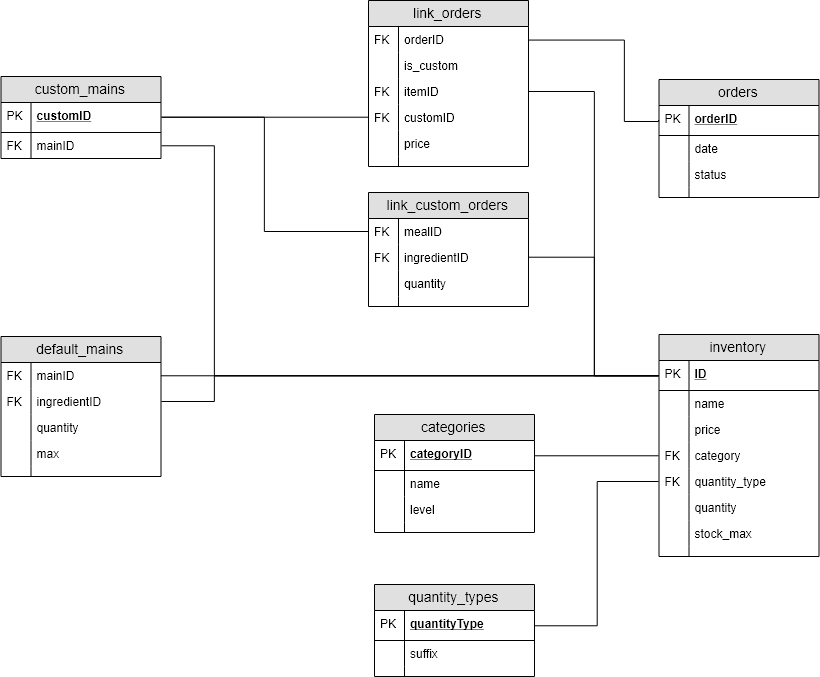
The draw.io diagram docs/database schema_2.png in featherbear/UNSW-COMP1531-Assignment, before a commit. Source tidied: cells renumbered, new cells last; positions are measured from the earlier drawing's top-left corner, leaving out a move shared by most shapes.
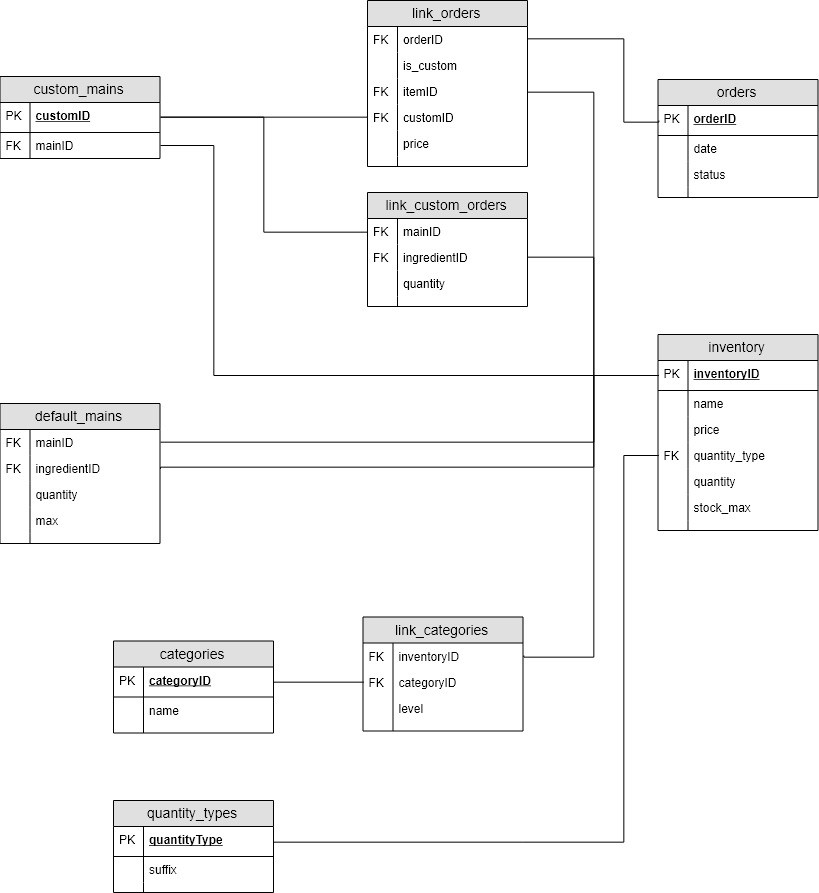
The same file after the commit.

Commit message:
Improve on database schema

Diff of the diagram source:
```diff
@@ -5,7 +5,7 @@
     <mxCell id="2" value="link_custom_orders" style="swimlane;fontStyle=0;horizontal=1;startSize=26;fillColor=#e0e0e0;swimlaneFillColor=#ffffff;align=center;fontSize=14;" parent="1" vertex="1">
       <mxGeometry x="368" y="192" width="160" height="114" as="geometry" />
     </mxCell>
-    <mxCell id="3" value="mealID" style="shape=partialRectangle;top=0;left=0;right=0;bottom=0;align=left;verticalAlign=top;fillColor=none;spacingLeft=34;spacingRight=4;overflow=hidden;points=[[0,0.5],[1,0.5]];portConstraint=eastwest;fontSize=12;" parent="2" vertex="1">
+    <mxCell id="3" value="mainID" style="shape=partialRectangle;top=0;left=0;right=0;bottom=0;align=left;verticalAlign=top;fillColor=none;spacingLeft=34;spacingRight=4;overflow=hidden;points=[[0,0.5],[1,0.5]];portConstraint=eastwest;fontSize=12;" parent="2" vertex="1">
       <mxGeometry y="26" width="160" height="26" as="geometry" />
     </mxCell>
     <mxCell id="4" value="FK" style="shape=partialRectangle;top=0;left=0;bottom=0;fillColor=none;align=left;verticalAlign=top;spacingLeft=4;spacingRight=4;overflow=hidden;fontSize=12;" parent="3" vertex="1">
@@ -45,7 +45,7 @@
       <mxGeometry width="30" height="26" as="geometry" />
     </mxCell>
     <mxCell id="16" value="default_mains" style="swimlane;fontStyle=0;horizontal=1;startSize=26;fillColor=#e0e0e0;swimlaneFillColor=#ffffff;align=center;fontSize=14;" parent="1" vertex="1">
-      <mxGeometry x="0.5" y="336" width="160" height="140" as="geometry" />
+      <mxGeometry x="0.5" y="403" width="160" height="140" as="geometry" />
     </mxCell>
     <mxCell id="17" value="mainID" style="shape=partialRectangle;top=0;left=0;right=0;bottom=0;align=left;verticalAlign=top;fillColor=none;spacingLeft=34;spacingRight=4;overflow=hidden;points=[[0,0.5],[1,0.5]];portConstraint=eastwest;fontSize=12;" parent="16" vertex="1">
       <mxGeometry y="26" width="160" height="26" as="geometry" />
@@ -78,9 +78,9 @@
       <mxGeometry width="30" height="10" as="geometry" />
     </mxCell>
     <mxCell id="27" value="inventory" style="swimlane;fontStyle=0;horizontal=1;startSize=26;fillColor=#e0e0e0;swimlaneFillColor=#ffffff;align=center;fontSize=14;" parent="1" vertex="1">
-      <mxGeometry x="658.5" y="334" width="160" height="222" as="geometry" />
+      <mxGeometry x="658.5" y="334" width="160" height="196" as="geometry" />
     </mxCell>
-    <mxCell id="28" value="ID" style="shape=partialRectangle;top=0;left=0;right=0;bottom=1;align=left;verticalAlign=middle;fillColor=none;spacingLeft=34;spacingRight=4;overflow=hidden;points=[[0,0.5],[1,0.5]];portConstraint=eastwest;fontStyle=5;fontSize=12;" parent="27" vertex="1">
+    <mxCell id="28" value="inventoryID" style="shape=partialRectangle;top=0;left=0;right=0;bottom=1;align=left;verticalAlign=middle;fillColor=none;spacingLeft=34;spacingRight=4;overflow=hidden;points=[[0,0.5],[1,0.5]];portConstraint=eastwest;fontStyle=5;fontSize=12;" parent="27" vertex="1">
       <mxGeometry y="26" width="160" height="30" as="geometry" />
     </mxCell>
     <mxCell id="29" value="PK" style="shape=partialRectangle;top=0;left=0;bottom=0;fillColor=none;align=left;verticalAlign=middle;spacingLeft=4;spacingRight=4;overflow=hidden;fontSize=12;" parent="28" vertex="1">
@@ -98,32 +98,26 @@
     <mxCell id="33" style="shape=partialRectangle;top=0;left=0;bottom=0;fillColor=none;align=left;verticalAlign=top;spacingLeft=4;spacingRight=4;overflow=hidden;fontSize=12;" parent="32" vertex="1">
       <mxGeometry width="30" height="26" as="geometry" />
     </mxCell>
-    <mxCell id="34" value="category" style="shape=partialRectangle;top=0;left=0;right=0;bottom=0;align=left;verticalAlign=top;fillColor=none;spacingLeft=34;spacingRight=4;overflow=hidden;points=[[0,0.5],[1,0.5]];portConstraint=eastwest;fontSize=12;" parent="27" vertex="1">
-      <mxGeometry y="108" width="160" height="26" as="geometry" />
-    </mxCell>
-    <mxCell id="35" value="FK" style="shape=partialRectangle;top=0;left=0;bottom=0;fillColor=none;align=left;verticalAlign=top;spacingLeft=4;spacingRight=4;overflow=hidden;fontSize=12;" parent="34" vertex="1">
-      <mxGeometry width="30" height="26" as="geometry" />
-    </mxCell>
     <mxCell id="36" value="quantity_type" style="shape=partialRectangle;top=0;left=0;right=0;bottom=0;align=left;verticalAlign=top;fillColor=none;spacingLeft=34;spacingRight=4;overflow=hidden;points=[[0,0.5],[1,0.5]];portConstraint=eastwest;fontSize=12;" parent="27" vertex="1">
-      <mxGeometry y="134" width="160" height="26" as="geometry" />
+      <mxGeometry y="108" width="160" height="26" as="geometry" />
     </mxCell>
     <mxCell id="37" value="FK" style="shape=partialRectangle;top=0;left=0;bottom=0;fillColor=none;align=left;verticalAlign=top;spacingLeft=4;spacingRight=4;overflow=hidden;fontSize=12;" parent="36" vertex="1">
       <mxGeometry width="30" height="26" as="geometry" />
     </mxCell>
     <mxCell id="38" value="quantity" style="shape=partialRectangle;top=0;left=0;right=0;bottom=0;align=left;verticalAlign=top;fillColor=none;spacingLeft=34;spacingRight=4;overflow=hidden;fontSize=12;" parent="27" vertex="1">
-      <mxGeometry y="160" width="160" height="26" as="geometry" />
+      <mxGeometry y="134" width="160" height="26" as="geometry" />
     </mxCell>
     <mxCell id="39" style="shape=partialRectangle;top=0;left=0;bottom=0;fillColor=none;align=left;verticalAlign=top;spacingLeft=4;spacingRight=4;overflow=hidden;fontSize=12;" parent="38" vertex="1">
       <mxGeometry width="30" height="26" as="geometry" />
     </mxCell>
     <mxCell id="40" value="stock_max" style="shape=partialRectangle;top=0;left=0;right=0;bottom=0;align=left;verticalAlign=top;fillColor=none;spacingLeft=34;spacingRight=4;overflow=hidden;fontSize=12;" parent="27" vertex="1">
-      <mxGeometry y="186" width="160" height="26" as="geometry" />
+      <mxGeometry y="160" width="160" height="26" as="geometry" />
     </mxCell>
     <mxCell id="41" style="shape=partialRectangle;top=0;left=0;bottom=0;fillColor=none;align=left;verticalAlign=top;spacingLeft=4;spacingRight=4;overflow=hidden;fontSize=12;" parent="40" vertex="1">
       <mxGeometry width="30" height="26" as="geometry" />
     </mxCell>
     <mxCell id="42" style="shape=partialRectangle;top=0;left=0;right=0;bottom=0;align=left;verticalAlign=top;fillColor=none;spacingLeft=34;spacingRight=4;overflow=hidden;fontSize=12;" parent="27" vertex="1">
-      <mxGeometry y="212" width="160" height="10" as="geometry" />
+      <mxGeometry y="186" width="160" height="10" as="geometry" />
     </mxCell>
     <mxCell id="43" style="shape=partialRectangle;top=0;left=0;bottom=0;fillColor=none;align=left;verticalAlign=top;spacingLeft=4;spacingRight=4;overflow=hidden;fontSize=12;" parent="42" vertex="1">
       <mxGeometry width="30" height="10" as="geometry" />
@@ -168,7 +162,7 @@
       <mxGeometry width="30" height="10" as="geometry" />
     </mxCell>
     <mxCell id="57" value="categories" style="swimlane;fontStyle=0;horizontal=1;startSize=26;fillColor=#e0e0e0;swimlaneFillColor=#ffffff;align=center;fontSize=14;" parent="1" vertex="1">
-      <mxGeometry x="374" y="414" width="160" height="118" as="geometry" />
+      <mxGeometry x="114" y="640.5" width="160" height="92" as="geometry" />
     </mxCell>
     <mxCell id="58" value="categoryID" style="shape=partialRectangle;top=0;left=0;right=0;bottom=1;align=left;verticalAlign=middle;fillColor=none;spacingLeft=34;spacingRight=4;overflow=hidden;points=[[0,0.5],[1,0.5]];portConstraint=eastwest;fontStyle=5;fontSize=12;" parent="57" vertex="1">
       <mxGeometry y="26" width="160" height="30" as="geometry" />
@@ -182,14 +176,8 @@
     <mxCell id="61" style="shape=partialRectangle;top=0;left=0;bottom=0;fillColor=none;align=left;verticalAlign=top;spacingLeft=4;spacingRight=4;overflow=hidden;fontSize=12;" parent="60" vertex="1">
       <mxGeometry width="30" height="26" as="geometry" />
     </mxCell>
-    <mxCell id="62" value="level" style="shape=partialRectangle;top=0;left=0;right=0;bottom=0;align=left;verticalAlign=top;fillColor=none;spacingLeft=34;spacingRight=4;overflow=hidden;fontSize=12;" parent="57" vertex="1">
-      <mxGeometry y="82" width="160" height="26" as="geometry" />
-    </mxCell>
-    <mxCell id="63" style="shape=partialRectangle;top=0;left=0;bottom=0;fillColor=none;align=left;verticalAlign=top;spacingLeft=4;spacingRight=4;overflow=hidden;fontSize=12;" parent="62" vertex="1">
-      <mxGeometry width="30" height="26" as="geometry" />
-    </mxCell>
     <mxCell id="64" style="shape=partialRectangle;top=0;left=0;right=0;bottom=0;align=left;verticalAlign=top;fillColor=none;spacingLeft=34;spacingRight=4;overflow=hidden;fontSize=12;" parent="57" vertex="1">
-      <mxGeometry y="108" width="160" height="10" as="geometry" />
+      <mxGeometry y="82" width="160" height="10" as="geometry" />
     </mxCell>
     <mxCell id="65" style="shape=partialRectangle;top=0;left=0;bottom=0;fillColor=none;align=left;verticalAlign=top;spacingLeft=4;spacingRight=4;overflow=hidden;fontSize=12;" parent="64" vertex="1">
       <mxGeometry width="30" height="10" as="geometry" />
@@ -243,17 +231,6 @@
     <mxCell id="78" style="edgeStyle=orthogonalEdgeStyle;rounded=0;jettySize=auto;html=1;exitX=1;exitY=0.5;exitDx=0;exitDy=0;entryX=0;entryY=0.5;entryDx=0;entryDy=0;endArrow=none;endFill=0;" parent="1" edge="1" source="12" target="3">
       <mxGeometry relative="1" as="geometry" />
     </mxCell>
-    <mxCell id="79" style="edgeStyle=orthogonalEdgeStyle;rounded=0;jettySize=auto;html=1;entryX=0;entryY=0.5;entryDx=0;entryDy=0;endArrow=none;endFill=0;" parent="1" edge="1" source="17" target="28">
-      <mxGeometry relative="1" as="geometry" />
-    </mxCell>
-    <mxCell id="80" style="edgeStyle=orthogonalEdgeStyle;rounded=0;jettySize=auto;html=1;exitX=1;exitY=0.5;exitDx=0;exitDy=0;entryX=0;entryY=0.5;entryDx=0;entryDy=0;endArrow=none;endFill=0;" parent="1" edge="1" source="14" target="28">
-      <mxGeometry relative="1" as="geometry">
-        <Array as="points">
-          <mxPoint x="214" y="145" />
-          <mxPoint x="214" y="375" />
-        </Array>
-      </mxGeometry>
-    </mxCell>
     <mxCell id="81" style="edgeStyle=orthogonalEdgeStyle;rounded=0;jettySize=auto;html=1;exitX=1;exitY=0.5;exitDx=0;exitDy=0;entryX=0;entryY=0.5;entryDx=0;entryDy=0;endArrow=none;endFill=0;" parent="1" edge="1" source="49" target="28">
       <mxGeometry relative="1" as="geometry">
         <Array as="points">
@@ -262,16 +239,8 @@
         </Array>
       </mxGeometry>
     </mxCell>
-    <mxCell id="82" style="edgeStyle=orthogonalEdgeStyle;rounded=0;jettySize=auto;html=1;exitX=1;exitY=0.5;exitDx=0;exitDy=0;entryX=0;entryY=0.5;entryDx=0;entryDy=0;endArrow=none;endFill=0;" parent="1" edge="1" source="19" target="28">
-      <mxGeometry relative="1" as="geometry">
-        <Array as="points">
-          <mxPoint x="214" y="401" />
-          <mxPoint x="214" y="375" />
-        </Array>
-      </mxGeometry>
-    </mxCell>
     <mxCell id="83" value="quantity_types" style="swimlane;fontStyle=0;horizontal=1;startSize=26;fillColor=#e0e0e0;swimlaneFillColor=#ffffff;align=center;fontSize=14;" parent="1" vertex="1">
-      <mxGeometry x="374" y="584" width="160" height="92" as="geometry" />
+      <mxGeometry x="114" y="800" width="160" height="92" as="geometry" />
     </mxCell>
     <mxCell id="84" value="quantityType" style="shape=partialRectangle;top=0;left=0;right=0;bottom=1;align=left;verticalAlign=middle;fillColor=none;spacingLeft=34;spacingRight=4;overflow=hidden;points=[[0,0.5],[1,0.5]];portConstraint=eastwest;fontStyle=5;fontSize=12;" parent="83" vertex="1">
       <mxGeometry y="26" width="160" height="30" as="geometry" />
@@ -291,11 +260,76 @@
     <mxCell id="89" style="shape=partialRectangle;top=0;left=0;bottom=0;fillColor=none;align=left;verticalAlign=top;spacingLeft=4;spacingRight=4;overflow=hidden;fontSize=12;" parent="88" vertex="1">
       <mxGeometry width="30" height="10" as="geometry" />
     </mxCell>
-    <mxCell id="90" style="edgeStyle=orthogonalEdgeStyle;rounded=0;jettySize=auto;html=1;exitX=0;exitY=0.5;exitDx=0;exitDy=0;entryX=1;entryY=0.5;entryDx=0;entryDy=0;endArrow=none;endFill=0;" parent="1" edge="1" source="34" target="58">
-      <mxGeometry relative="1" as="geometry" />
-    </mxCell>
     <mxCell id="91" style="edgeStyle=orthogonalEdgeStyle;rounded=0;jettySize=auto;html=1;exitX=1;exitY=0.5;exitDx=0;exitDy=0;entryX=0;entryY=0.5;entryDx=0;entryDy=0;endArrow=none;endFill=0;" parent="1" edge="1" source="84" target="36">
-      <mxGeometry relative="1" as="geometry" />
+      <mxGeometry relative="1" as="geometry">
+        <Array as="points">
+          <mxPoint x="523" y="842" />
+          <mxPoint x="624" y="842" />
+          <mxPoint x="624" y="455" />
+        </Array>
+      </mxGeometry>
     </mxCell>
+    <mxCell id="92" value="link_categories" style="swimlane;fontStyle=0;horizontal=1;startSize=26;fillColor=#e0e0e0;swimlaneFillColor=#ffffff;align=center;fontSize=14;" parent="1" vertex="1">
+      <mxGeometry x="363.5" y="616.5" width="160" height="114" as="geometry" />
+    </mxCell>
+    <mxCell id="93" value="inventoryID" style="shape=partialRectangle;top=0;left=0;right=0;bottom=0;align=left;verticalAlign=top;fillColor=none;spacingLeft=34;spacingRight=4;overflow=hidden;points=[[0,0.5],[1,0.5]];portConstraint=eastwest;fontSize=12;" parent="92" vertex="1">
+      <mxGeometry y="26" width="160" height="26" as="geometry" />
+    </mxCell>
+    <mxCell id="94" value="FK" style="shape=partialRectangle;top=0;left=0;bottom=0;fillColor=none;align=left;verticalAlign=top;spacingLeft=4;spacingRight=4;overflow=hidden;fontSize=12;" parent="93" vertex="1">
+      <mxGeometry width="30" height="26" as="geometry" />
+    </mxCell>
+    <mxCell id="95" value="categoryID" style="shape=partialRectangle;top=0;left=0;right=0;bottom=0;align=left;verticalAlign=top;fillColor=none;spacingLeft=34;spacingRight=4;overflow=hidden;points=[[0,0.5],[1,0.5]];portConstraint=eastwest;fontSize=12;" parent="92" vertex="1">
+      <mxGeometry y="52" width="160" height="26" as="geometry" />
+    </mxCell>
+    <mxCell id="96" value="FK" style="shape=partialRectangle;top=0;left=0;bottom=0;fillColor=none;align=left;verticalAlign=top;spacingLeft=4;spacingRight=4;overflow=hidden;fontSize=12;" parent="95" vertex="1">
+      <mxGeometry width="30" height="26" as="geometry" />
+    </mxCell>
+    <mxCell id="62" value="level" style="shape=partialRectangle;top=0;left=0;right=0;bottom=0;align=left;verticalAlign=top;fillColor=none;spacingLeft=34;spacingRight=4;overflow=hidden;fontSize=12;" parent="92" vertex="1">
+      <mxGeometry y="78" width="160" height="26" as="geometry" />
+    </mxCell>
+    <mxCell id="63" style="shape=partialRectangle;top=0;left=0;bottom=0;fillColor=none;align=left;verticalAlign=top;spacingLeft=4;spacingRight=4;overflow=hidden;fontSize=12;" parent="62" vertex="1">
+      <mxGeometry width="30" height="26" as="geometry" />
+    </mxCell>
+    <mxCell id="97" style="shape=partialRectangle;top=0;left=0;right=0;bottom=0;align=left;verticalAlign=top;fillColor=none;spacingLeft=34;spacingRight=4;overflow=hidden;fontSize=12;" parent="92" vertex="1">
+      <mxGeometry y="104" width="160" height="10" as="geometry" />
+    </mxCell>
+    <mxCell id="98" style="shape=partialRectangle;top=0;left=0;bottom=0;fillColor=none;align=left;verticalAlign=top;spacingLeft=4;spacingRight=4;overflow=hidden;fontSize=12;" parent="97" vertex="1">
+      <mxGeometry width="30" height="10" as="geometry" />
+    </mxCell>
+    <mxCell id="79" style="edgeStyle=orthogonalEdgeStyle;rounded=0;jettySize=auto;html=1;exitX=1;exitY=0.5;exitDx=0;exitDy=0;entryX=0;entryY=0.5;entryDx=0;entryDy=0;endArrow=none;endFill=0;" parent="1" edge="1" source="17" target="28">
+      <mxGeometry relative="1" as="geometry">
+        <Array as="points">
+          <mxPoint x="594" y="441" />
+          <mxPoint x="594" y="375" />
+        </Array>
+      </mxGeometry>
+    </mxCell>
+    <mxCell id="82" style="edgeStyle=orthogonalEdgeStyle;rounded=0;jettySize=auto;html=1;exitX=1;exitY=0.5;exitDx=0;exitDy=0;entryX=0;entryY=0.5;entryDx=0;entryDy=0;endArrow=none;endFill=0;" parent="1" edge="1" source="19" target="28">
+      <mxGeometry relative="1" as="geometry">
+        <Array as="points">
+          <mxPoint x="594" y="466" />
+          <mxPoint x="594" y="375" />
+        </Array>
+      </mxGeometry>
+    </mxCell>
+    <mxCell id="80" style="edgeStyle=orthogonalEdgeStyle;rounded=0;jettySize=auto;html=1;exitX=1;exitY=0.5;exitDx=0;exitDy=0;entryX=0;entryY=0.5;entryDx=0;entryDy=0;endArrow=none;endFill=0;" parent="1" edge="1" source="14" target="28">
+      <mxGeometry relative="1" as="geometry">
+        <Array as="points">
+          <mxPoint x="214" y="145" />
+          <mxPoint x="214" y="375" />
+        </Array>
+      </mxGeometry>
+    </mxCell>
+    <mxCell id="99" style="edgeStyle=orthogonalEdgeStyle;rounded=0;jettySize=auto;html=1;exitX=1;exitY=0.5;exitDx=0;exitDy=0;entryX=0;entryY=0.5;entryDx=0;entryDy=0;endArrow=none;endFill=0;" parent="1" edge="1" source="93" target="28">
+      <mxGeometry relative="1" as="geometry">
+        <Array as="points">
+          <mxPoint x="594" y="656" />
+          <mxPoint x="594" y="375" />
+        </Array>
+      </mxGeometry>
+    </mxCell>
+    <mxCell id="100" style="edgeStyle=orthogonalEdgeStyle;rounded=0;jettySize=auto;html=1;exitX=0;exitY=0.5;exitDx=0;exitDy=0;entryX=1;entryY=0.5;entryDx=0;entryDy=0;endArrow=none;endFill=0;" parent="1" edge="1" source="95" target="58">
+      <mxGeometry relative="1" as="geometry" />
+    </mxCell>
   </root>
 </mxGraphModel>
```
